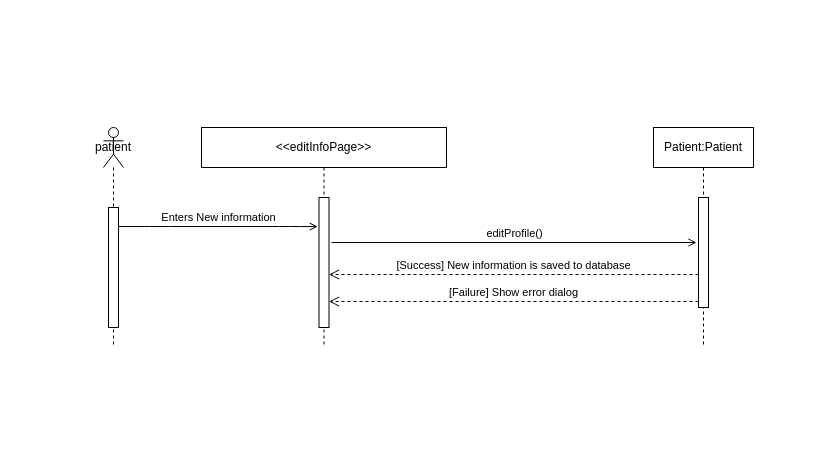
Before: page "editInformation-patient" (2 of 32) of SequenceDiagram.drawio in ArashSameni/SoftwareEngineering, a draw.io diagram. Source tidied: cells renumbered, new cells numbered last; positions are measured from the earlier drawing's top-left corner, leaving out a move shared by most shapes. Both pictures are drawn from the tidied source at 100%, with x=0, y=0 at pixel (103, 127).
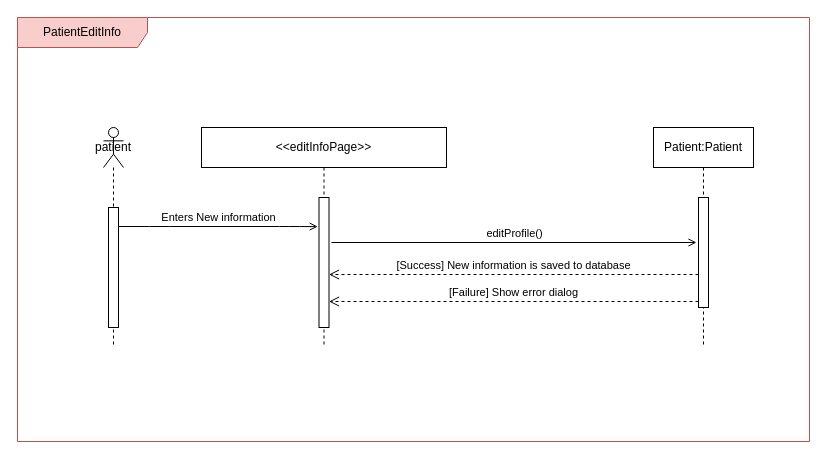
The same diagram, later.

Change to the diagram source:
```diff
@@
 <mxGraphModel>
   <root>
     <mxCell id="0" />
     <mxCell id="1" parent="0" />
     <mxCell id="2" value="patient" style="shape=umlLifeline;perimeter=lifelinePerimeter;whiteSpace=wrap;html=1;newEdgeStyle={&quot;curved&quot;:0,&quot;rounded&quot;:0};participant=umlActor;" parent="1" vertex="1">
       <mxGeometry width="20" height="220" as="geometry" />
     </mxCell>
     <mxCell id="3" style="html=1;points=[[0,0,0,0,5],[0,1,0,0,-5],[1,0,0,0,5],[1,1,0,0,-5]];perimeter=orthogonalPerimeter;outlineConnect=0;targetShapes=umlLifeline;portConstraint=eastwest;newEdgeStyle={&quot;curved&quot;:0,&quot;rounded&quot;:0};" parent="2" vertex="1">
       <mxGeometry x="5" y="80" width="10" height="120" as="geometry" />
     </mxCell>
     <mxCell id="4" value="Patient:Patient" style="shape=umlLifeline;perimeter=lifelinePerimeter;whiteSpace=wrap;html=1;newEdgeStyle={&quot;edgeStyle&quot;:&quot;elbowEdgeStyle&quot;,&quot;elbow&quot;:&quot;vertical&quot;,&quot;curved&quot;:0,&quot;rounded&quot;:0};" parent="1" vertex="1">
       <mxGeometry x="550" width="100" height="220" as="geometry" />
     </mxCell>
     <mxCell id="5" style="html=1;perimeter=orthogonalPerimeter;targetShapes=umlLifeline;newEdgeStyle={&quot;edgeStyle&quot;:&quot;elbowEdgeStyle&quot;,&quot;elbow&quot;:&quot;vertical&quot;,&quot;curved&quot;:0,&quot;rounded&quot;:0};" parent="4" vertex="1">
       <mxGeometry x="45" y="70" width="10" height="110" as="geometry" />
     </mxCell>
     <mxCell id="6" value="&amp;lt;&amp;lt;editInfoPage&amp;gt;&amp;gt;" style="shape=umlLifeline;perimeter=lifelinePerimeter;whiteSpace=wrap;html=1;" parent="1" vertex="1">
       <mxGeometry x="98" width="245" height="220" as="geometry" />
     </mxCell>
     <mxCell id="7" style="html=1;points=[];perimeter=orthogonalPerimeter;" parent="6" vertex="1">
       <mxGeometry x="117.5" y="70" width="10" height="130" as="geometry" />
     </mxCell>
     <mxCell id="8" value="Enters New information" style="html=1;verticalAlign=bottom;endArrow=open;endFill=0;entryX=-0.123;entryY=0.224;entryDx=0;entryDy=0;entryPerimeter=0;" parent="1" edge="1" source="3" target="7">
       <mxGeometry relative="1" as="geometry">
         <Array as="points">
           <mxPoint x="56" y="99" />
           <mxPoint x="186" y="99" />
         </Array>
       </mxGeometry>
     </mxCell>
     <mxCell id="9" value="editProfile()" style="html=1;verticalAlign=bottom;endArrow=open;endFill=0;" parent="1" edge="1">
       <mxGeometry relative="1" as="geometry">
         <mxPoint x="228" y="115" as="sourcePoint" />
         <mxPoint x="593" y="115" as="targetPoint" />
       </mxGeometry>
     </mxCell>
     <mxCell id="10" value="[Success] New information is saved to database" style="html=1;verticalAlign=bottom;endArrow=open;dashed=1;endSize=8;edgeStyle=elbowEdgeStyle;elbow=vertical;curved=0;rounded=0;" parent="1" edge="1">
       <mxGeometry relative="1" as="geometry">
         <mxPoint x="595" y="147" as="sourcePoint" />
         <mxPoint x="225.5" y="147.5" as="targetPoint" />
         <Array as="points">
           <mxPoint x="380.5" y="147" />
         </Array>
       </mxGeometry>
     </mxCell>
     <mxCell id="11" value="[Failure] Show error dialog" style="html=1;verticalAlign=bottom;endArrow=open;dashed=1;endSize=8;edgeStyle=elbowEdgeStyle;elbow=vertical;curved=0;rounded=0;" parent="1" edge="1">
       <mxGeometry relative="1" as="geometry">
         <mxPoint x="595" y="174" as="sourcePoint" />
         <mxPoint x="225.5" y="174.5" as="targetPoint" />
         <Array as="points">
           <mxPoint x="380.5" y="174" />
         </Array>
       </mxGeometry>
     </mxCell>
+    <mxCell id="12" value="PatientEditInfo" style="shape=umlFrame;whiteSpace=wrap;html=1;width=130;height=30;fillColor=#f8cecc;strokeColor=#b85450;" parent="1" vertex="1">
+      <mxGeometry x="-86" y="-110" width="792" height="424" as="geometry" />
+    </mxCell>
   </root>
 </mxGraphModel>
```
